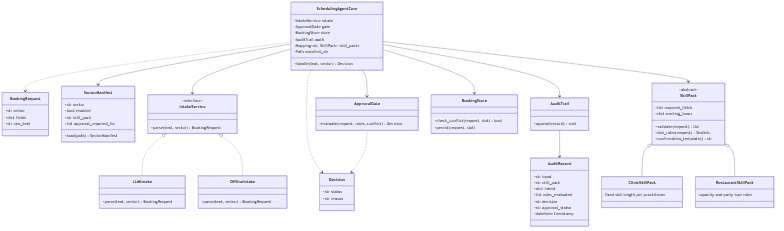
Before: diagrams/class-diagram.png, a diagram exported from Mermaid (AhmedOmer013/eais-scheduling-agent). Its source is kept beside it as diagrams/class-diagram.mmd.
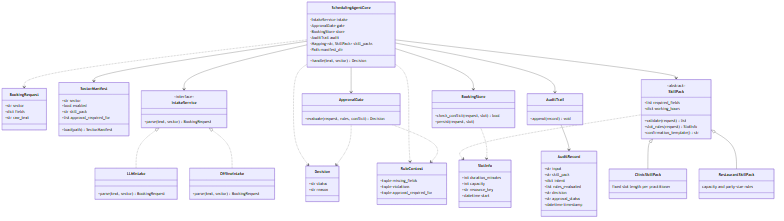
Later version of the same file.

Diff of the diagram source:
```diff
@@ -31,6 +31,17 @@
         +validate(request) list
         +slot_rules(request) SlotInfo
         +confirmation_template() str
+    }
+    class SlotInfo {
+        +int duration_minutes
+        +int capacity
+        +str resource_key
+        +datetime start
+    }
+    class RuleContext {
+        +tuple missing_fields
+        +tuple violations
+        +tuple approval_required_for
     }
     class ClinicSkillPack {
         fixed slot length per practitioner
@@ -82,3 +93,7 @@
     SchedulingAgentCore ..> Decision
     ApprovalGate ..> Decision
     AuditTrail --> AuditRecord
+    SkillPack ..> SlotInfo
+    BookingStore ..> SlotInfo
+    SchedulingAgentCore ..> RuleContext
+    ApprovalGate ..> RuleContext
```
